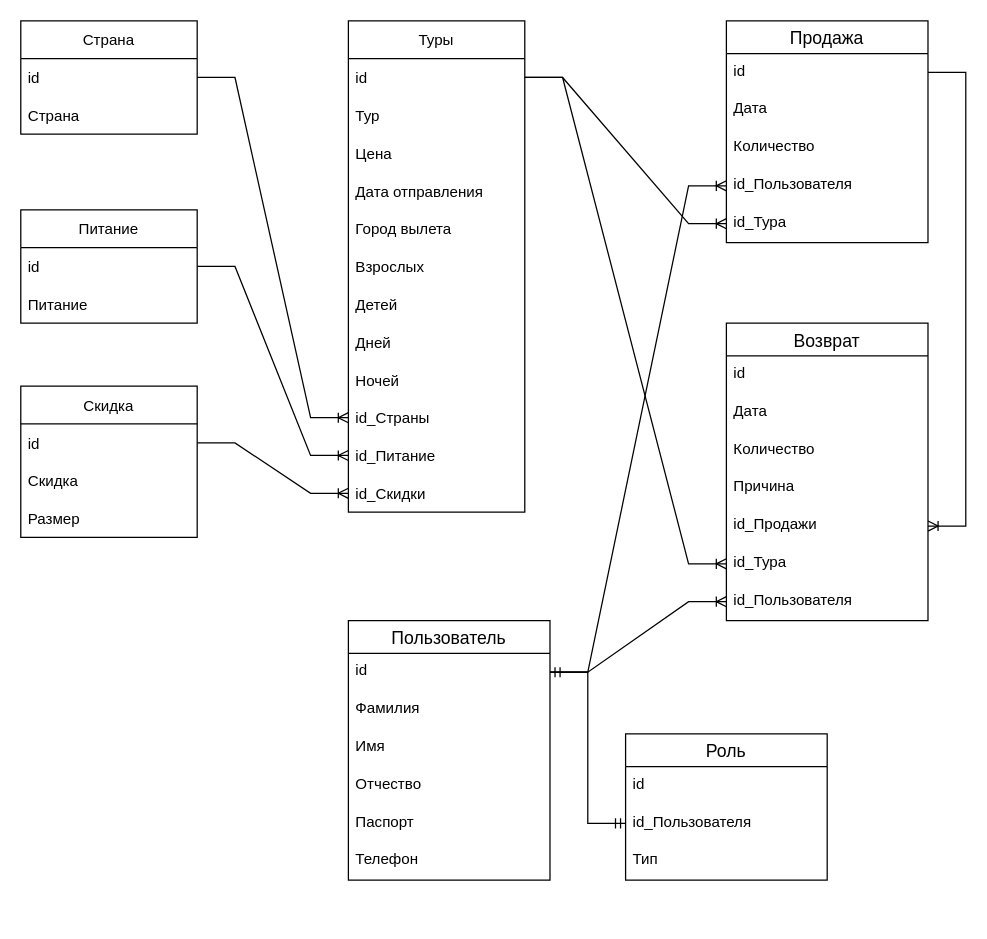
ARAOvsepyan/BSBD_Coursework keeps this draw.io diagram as bsbd.drawio. Above is the earlier version. Source tidied: cells renumbered, new cells numbered last; positions are measured from the earlier drawing's top-left corner, leaving out a move shared by most shapes. Both pictures are drawn from the tidied source at 126%, with x=0, y=0 at pixel (20, 20).
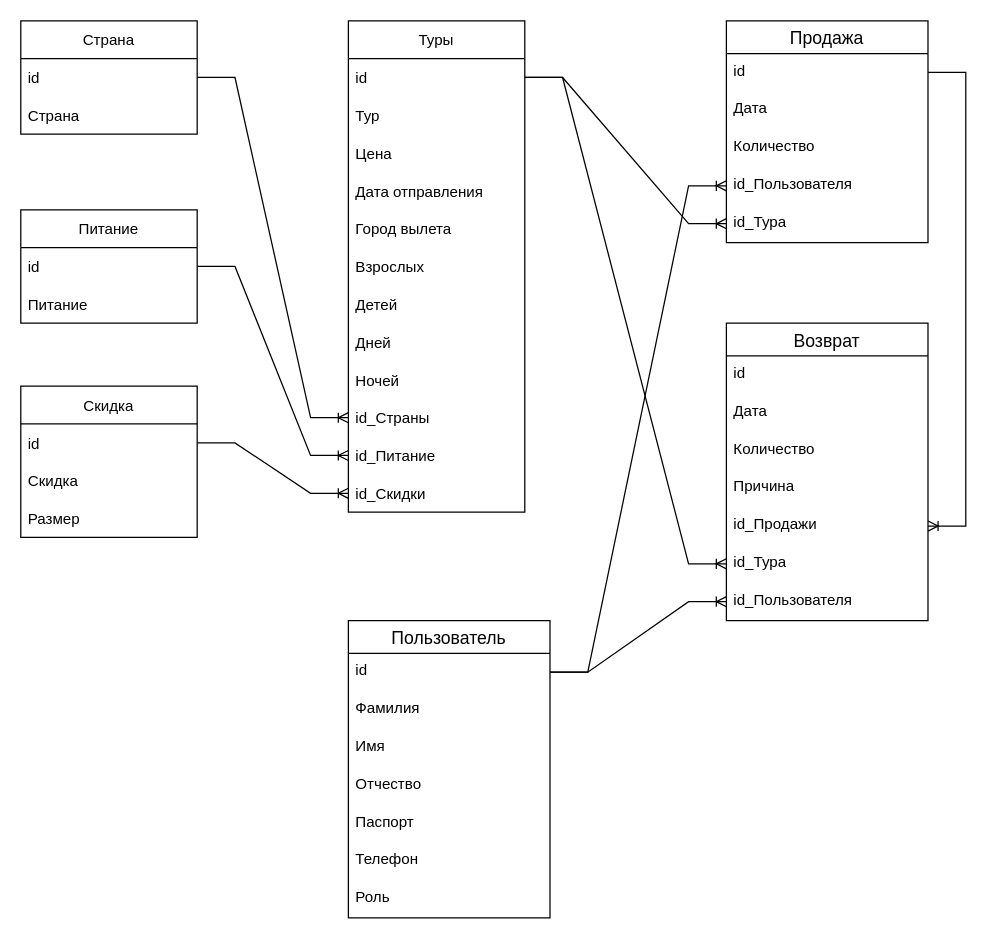
The same page after the edit.

Unchanged cells that the change refers to:
```xml
<mxCell id="41" value="id" style="text;strokeColor=none;fillColor=none;spacingLeft=4;spacingRight=4;overflow=hidden;points=[[0,0.5],[1,0.5]];portConstraint=eastwest;fontSize=12;" parent="40" vertex="1">
  <mxGeometry y="26" width="160" height="30" as="geometry" />
</mxCell>
```

What changed in the source:
```diff
@@
     <mxCell id="40" value="Пользователь" style="swimlane;fontStyle=0;horizontal=1;startSize=26;align=center;fontSize=14;" parent="1" vertex="1">
-      <mxGeometry x="260" y="476" width="160" height="206" as="geometry" />
+      <mxGeometry x="260" y="476" width="160" height="236" as="geometry" />
     </mxCell>
@@
-    <mxCell id="47" value="Роль" style="swimlane;fontStyle=0;horizontal=1;startSize=26;align=center;fontSize=14;" parent="1" vertex="1">
-      <mxGeometry x="480" y="566" width="160" height="116" as="geometry" />
+    <mxCell id="47" value="Роль" style="text;strokeColor=none;fillColor=none;spacingLeft=4;spacingRight=4;overflow=hidden;fontSize=12;" parent="40" vertex="1">
+      <mxGeometry y="206" width="160" height="30" as="geometry" />
     </mxCell>
-    <mxCell id="48" value="id" style="text;strokeColor=none;fillColor=none;spacingLeft=4;spacingRight=4;overflow=hidden;fontSize=12;" parent="47" vertex="1">
-      <mxGeometry y="26" width="160" height="30" as="geometry" />
-    </mxCell>
-    <mxCell id="49" value="id_Пользователя" style="text;strokeColor=none;fillColor=none;spacingLeft=4;spacingRight=4;overflow=hidden;points=[[0,0.5],[1,0.5]];portConstraint=eastwest;fontSize=12;" parent="47" vertex="1">
-      <mxGeometry y="56" width="160" height="30" as="geometry" />
-    </mxCell>
-    <mxCell id="50" value="Тип" style="text;strokeColor=none;fillColor=none;spacingLeft=4;spacingRight=4;overflow=hidden;fontSize=12;" parent="47" vertex="1">
-      <mxGeometry y="86" width="160" height="30" as="geometry" />
-    </mxCell>
-    <mxCell id="51" style="edgeStyle=entityRelationEdgeStyle;fontSize=12;html=1;endArrow=ERmandOne;startArrow=ERmandOne;rounded=0;exitX=1;exitY=0.5;exitDx=0;exitDy=0;entryX=0;entryY=0.5;entryDx=0;entryDy=0;" parent="1" edge="1" source="41" target="49">
-      <mxGeometry relative="1" as="geometry" />
-    </mxCell>
```
